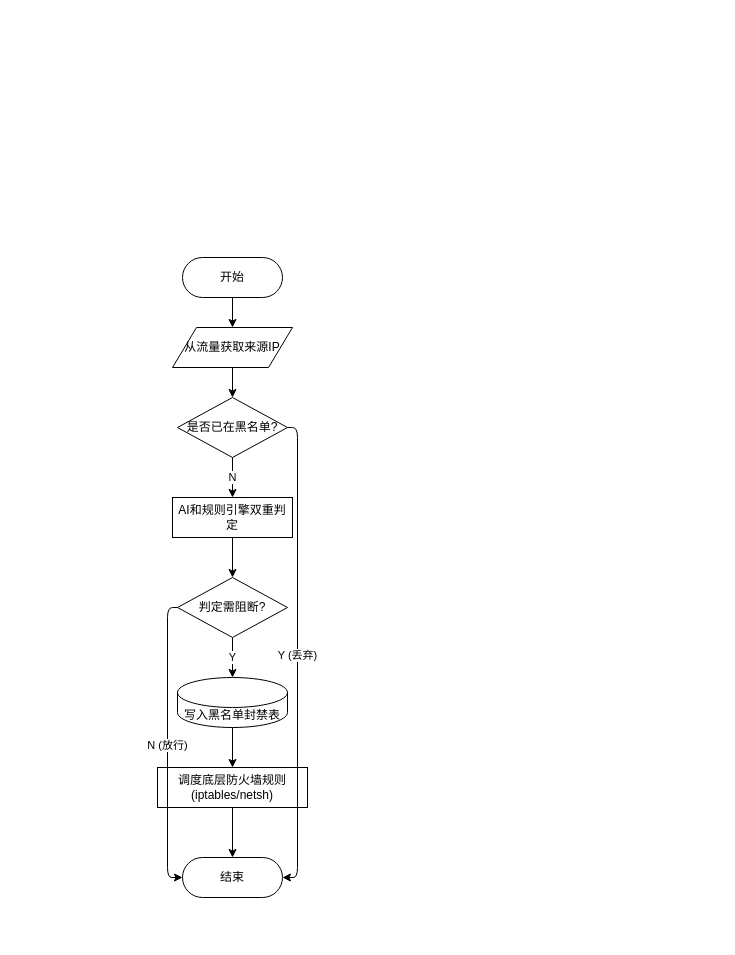
The draw.io diagram 论文/图/标准流程图/IP封禁模块流程图.drawio in 1290288259/miguan, before the edit. Source tidied: cells renumbered, new cells numbered last; positions are measured from the earlier drawing's top-left corner, leaving out a move shared by most shapes. Both pictures are drawn from the tidied source at 100%, with x=0, y=0 at pixel (157, 257).
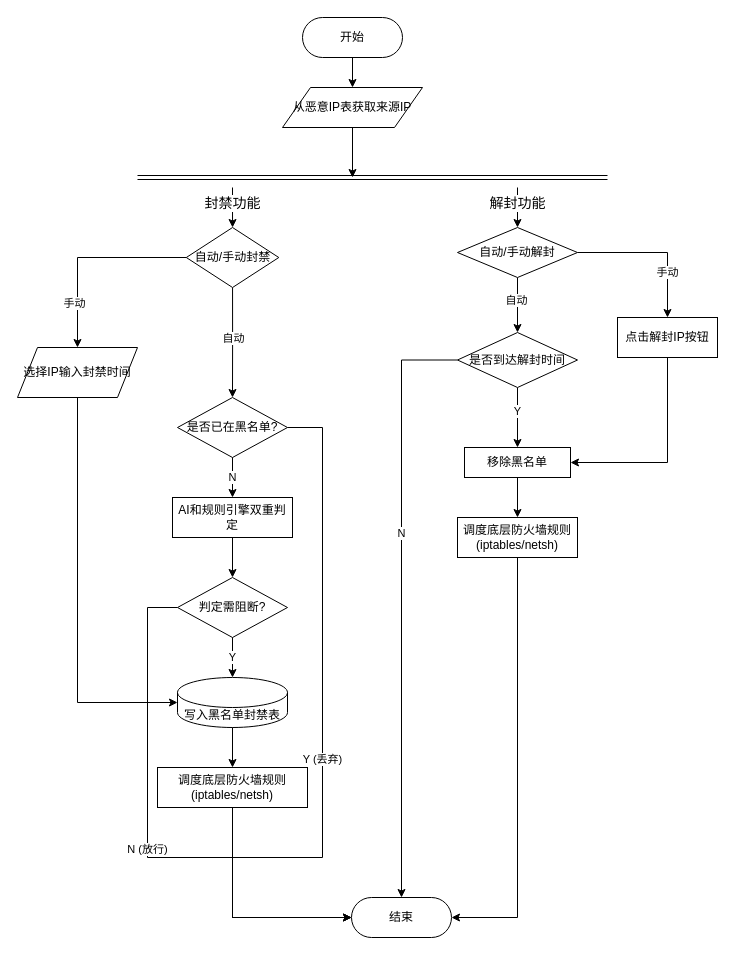
Above is the later version.

The change refers to these unchanged cells:
```xml
<mxCell id="4" value="是否已在黑名单?" style="rhombus;whiteSpace=wrap;html=1;" parent="1" vertex="1">
  <mxGeometry x="20" y="140" width="110" height="60" as="geometry" />
</mxCell>
<mxCell id="6" value="判定需阻断?" style="rhombus;whiteSpace=wrap;html=1;" parent="1" vertex="1">
  <mxGeometry x="20" y="320" width="110" height="60" as="geometry" />
</mxCell>
<mxCell id="7" value="写入黑名单封禁表" style="shape=cylinder3;whiteSpace=wrap;html=1;boundedLbl=1;backgroundOutline=1;" parent="1" vertex="1">
  <mxGeometry x="20" y="420" width="110" height="50" as="geometry" />
</mxCell>
<mxCell id="8" value="调度底层防火墙规则(iptables/netsh)" style="rounded=0;whiteSpace=wrap;html=1;" parent="1" vertex="1">
  <mxGeometry y="510" width="150" height="40" as="geometry" />
</mxCell>
```

The edit, as a diff of the source:
```diff
@@
     <mxCell id="2" value="开始" style="rounded=1;whiteSpace=wrap;html=1;arcSize=50;" parent="1" vertex="1">
-      <mxGeometry x="25" width="100" height="40" as="geometry" />
+      <mxGeometry x="145" y="-240" width="100" height="40" as="geometry" />
     </mxCell>
-    <mxCell id="3" value="从流量获取来源IP" style="shape=parallelogram;whiteSpace=wrap;html=1;" parent="1" vertex="1">
-      <mxGeometry x="15" y="70" width="120" height="40" as="geometry" />
+    <mxCell id="3" value="从恶意IP表获取来源IP" style="shape=parallelogram;whiteSpace=wrap;html=1;" parent="1" vertex="1">
+      <mxGeometry x="125" y="-170" width="140" height="40" as="geometry" />
     </mxCell>
@@
     <mxCell id="9" value="结束" style="rounded=1;whiteSpace=wrap;html=1;arcSize=50;" parent="1" vertex="1">
-      <mxGeometry x="25" y="600" width="100" height="40" as="geometry" />
+      <mxGeometry x="194" y="640" width="100" height="40" as="geometry" />
     </mxCell>
@@
-    <mxCell id="11" style="endArrow=classic;html=1;exitX=0.5;exitY=1;entryX=0.5;entryY=0;" parent="1" edge="1" source="3" target="4">
-      <mxGeometry relative="1" as="geometry" />
+    <mxCell id="11" style="endArrow=classic;html=1;exitX=0.5;exitY=1;" parent="1" edge="1" source="3">
+      <mxGeometry relative="1" as="geometry">
+        <mxPoint x="195" y="-80" as="targetPoint" />
+      </mxGeometry>
     </mxCell>
-    <mxCell id="12" value="Y (丢弃)" style="endArrow=classic;html=1;exitX=1;exitY=0.5;entryX=1;entryY=0.5;edgeStyle=orthogonalEdgeStyle;" parent="1" edge="1" source="4" target="9">
-      <mxGeometry relative="1" as="geometry" />
+    <mxCell id="12" value="Y (丢弃)" style="endArrow=classic;html=1;exitX=1;exitY=0.5;edgeStyle=orthogonalEdgeStyle;entryX=0;entryY=0.5;entryDx=0;entryDy=0;exitDx=0;exitDy=0;rounded=0;curved=0;" parent="1" edge="1" source="4" target="9">
+      <mxGeometry relative="1" as="geometry">
+        <Array as="points">
+          <mxPoint x="165" y="170" />
+          <mxPoint x="165" y="600" />
+          <mxPoint x="75" y="600" />
+          <mxPoint x="75" y="660" />
+        </Array>
+      </mxGeometry>
     </mxCell>
@@
-    <mxCell id="15" value="N (放行)" style="endArrow=classic;html=1;exitX=0;exitY=0.5;entryX=0;entryY=0.5;edgeStyle=orthogonalEdgeStyle;" parent="1" edge="1" source="6" target="9">
-      <mxGeometry relative="1" as="geometry" />
+    <mxCell id="15" value="N (放行)" style="endArrow=classic;html=1;exitX=0;exitY=0.5;edgeStyle=orthogonalEdgeStyle;entryX=0;entryY=0.5;entryDx=0;entryDy=0;rounded=0;curved=0;" parent="1" edge="1" source="6" target="9">
+      <mxGeometry relative="1" as="geometry">
+        <Array as="points">
+          <mxPoint x="-10" y="350" />
+          <mxPoint x="-10" y="600" />
+          <mxPoint x="75" y="600" />
+          <mxPoint x="75" y="660" />
+          <mxPoint x="190" y="660" />
+        </Array>
+      </mxGeometry>
     </mxCell>
@@
-    <mxCell id="18" style="endArrow=classic;html=1;exitX=0.5;exitY=1;entryX=0.5;entryY=0;" parent="1" edge="1" source="8" target="9">
-      <mxGeometry relative="1" as="geometry" />
+    <mxCell id="18" style="endArrow=classic;html=1;exitX=0.5;exitY=1;entryX=0;entryY=0.5;entryDx=0;entryDy=0;rounded=0;curved=0;" parent="1" edge="1" source="8" target="9">
+      <mxGeometry relative="1" as="geometry">
+        <Array as="points">
+          <mxPoint x="75" y="610" />
+          <mxPoint x="75" y="660" />
+        </Array>
+      </mxGeometry>
     </mxCell>
+    <mxCell id="19" style="edgeStyle=orthogonalEdgeStyle;rounded=0;jettySize=auto;html=1;exitX=0.5;exitY=1;exitDx=0;exitDy=0;entryX=0.5;entryY=0;entryDx=0;entryDy=0;" parent="1" edge="1" source="23" target="4">
+      <mxGeometry relative="1" as="geometry" />
+    </mxCell>
+    <mxCell id="20" value="自动" style="edgeLabel;html=1;align=center;verticalAlign=middle;" parent="19" vertex="1">
+      <mxGeometry x="-0.07" relative="1" as="geometry" />
+    </mxCell>
+    <mxCell id="21" style="edgeStyle=orthogonalEdgeStyle;rounded=0;jettySize=auto;html=1;exitX=0;exitY=0.5;exitDx=0;exitDy=0;entryX=0.5;entryY=0;entryDx=0;entryDy=0;curved=0;" parent="1" edge="1" source="23" target="24">
+      <mxGeometry relative="1" as="geometry" />
+    </mxCell>
+    <mxCell id="22" value="手动" style="edgeLabel;html=1;align=center;verticalAlign=middle;" parent="21" vertex="1">
+      <mxGeometry x="0.55" y="-4" relative="1" as="geometry" />
+    </mxCell>
+    <mxCell id="23" value="自动/手动封禁" style="rhombus;whiteSpace=wrap;html=1;" parent="1" vertex="1">
+      <mxGeometry x="28.8" y="-30" width="92.5" height="60" as="geometry" />
+    </mxCell>
+    <mxCell id="24" value="选择IP输入封禁时间" style="shape=parallelogram;perimeter=parallelogramPerimeter;whiteSpace=wrap;html=1;fixedSize=1;" parent="1" vertex="1">
+      <mxGeometry x="-140" y="90" width="120" height="50" as="geometry" />
+    </mxCell>
+    <mxCell id="25" style="edgeStyle=orthogonalEdgeStyle;rounded=0;jettySize=auto;html=1;entryX=0;entryY=0.5;entryDx=0;entryDy=0;entryPerimeter=0;curved=0;" parent="1" edge="1" source="24" target="7">
+      <mxGeometry relative="1" as="geometry">
+        <Array as="points">
+          <mxPoint x="-80" y="445" />
+        </Array>
+      </mxGeometry>
+    </mxCell>
+    <mxCell id="26" style="shape=link;html=1;rounded=0;" parent="1" edge="1">
+      <mxGeometry relative="1" as="geometry">
+        <mxPoint x="-20" y="-80" as="sourcePoint" />
+        <mxPoint x="450" y="-80" as="targetPoint" />
+      </mxGeometry>
+    </mxCell>
+    <mxCell id="27" style="endArrow=classic;html=1;rounded=0;entryX=0.5;entryY=0;entryDx=0;entryDy=0;" parent="1" edge="1" target="23">
+      <mxGeometry relative="1" as="geometry">
+        <mxPoint x="75" y="-70" as="sourcePoint" />
+      </mxGeometry>
+    </mxCell>
+    <mxCell id="28" value="封禁功能" style="edgeLabel;html=1;align=center;verticalAlign=middle;fontSize=14;" parent="27" vertex="1">
+      <mxGeometry x="-0.25" y="-1" relative="1" as="geometry" />
+    </mxCell>
+    <mxCell id="29" style="endArrow=classic;html=1;rounded=0;entryX=0.5;entryY=0;entryDx=0;entryDy=0;" parent="1" edge="1" target="35">
+      <mxGeometry relative="1" as="geometry">
+        <mxPoint x="360" y="-70" as="sourcePoint" />
+      </mxGeometry>
+    </mxCell>
+    <mxCell id="30" value="解封功能" style="edgeLabel;html=1;align=center;verticalAlign=middle;fontSize=14;" parent="29" vertex="1">
+      <mxGeometry x="-0.25" y="-1" relative="1" as="geometry" />
+    </mxCell>
+    <mxCell id="31" style="edgeStyle=orthogonalEdgeStyle;rounded=0;jettySize=auto;html=1;entryX=0.5;entryY=0;entryDx=0;entryDy=0;" parent="1" edge="1" source="35" target="40">
+      <mxGeometry relative="1" as="geometry" />
+    </mxCell>
+    <mxCell id="32" value="自动" style="edgeLabel;html=1;align=center;verticalAlign=middle;" parent="31" vertex="1">
+      <mxGeometry x="-0.2" y="-2" relative="1" as="geometry" />
+    </mxCell>
+    <mxCell id="33" style="edgeStyle=orthogonalEdgeStyle;rounded=0;jettySize=auto;html=1;exitX=1;exitY=0.5;exitDx=0;exitDy=0;curved=0;" parent="1" edge="1" source="35" target="46">
+      <mxGeometry relative="1" as="geometry" />
+    </mxCell>
+    <mxCell id="34" value="手动" style="edgeLabel;html=1;align=center;verticalAlign=middle;" parent="33" vertex="1">
+      <mxGeometry x="0.41" y="-1" relative="1" as="geometry" />
+    </mxCell>
+    <mxCell id="35" value="自动/手动解封" style="rhombus;whiteSpace=wrap;html=1;" parent="1" vertex="1">
+      <mxGeometry x="300" y="-30" width="120" height="50" as="geometry" />
+    </mxCell>
+    <mxCell id="36" style="edgeStyle=orthogonalEdgeStyle;rounded=0;jettySize=auto;html=1;entryX=0.5;entryY=0;entryDx=0;entryDy=0;" parent="1" edge="1" source="40" target="42">
+      <mxGeometry relative="1" as="geometry" />
+    </mxCell>
+    <mxCell id="37" value="Y" style="edgeLabel;html=1;align=center;verticalAlign=middle;" parent="36" vertex="1">
+      <mxGeometry x="-0.24" y="-1" relative="1" as="geometry" />
+    </mxCell>
+    <mxCell id="38" style="edgeStyle=orthogonalEdgeStyle;rounded=0;jettySize=auto;html=1;exitX=0;exitY=0.5;exitDx=0;exitDy=0;entryX=0.5;entryY=0;entryDx=0;entryDy=0;" parent="1" edge="1" source="40" target="9">
+      <mxGeometry relative="1" as="geometry" />
+    </mxCell>
+    <mxCell id="39" value="N" style="edgeLabel;html=1;align=center;verticalAlign=middle;" parent="38" vertex="1">
+      <mxGeometry x="-0.23" y="-1" relative="1" as="geometry">
+        <mxPoint y="1" as="offset" />
+      </mxGeometry>
+    </mxCell>
+    <mxCell id="40" value="是否到达解封时间" style="rhombus;whiteSpace=wrap;html=1;" parent="1" vertex="1">
+      <mxGeometry x="300" y="75" width="120" height="55" as="geometry" />
+    </mxCell>
+    <mxCell id="41" style="edgeStyle=orthogonalEdgeStyle;rounded=0;jettySize=auto;html=1;entryX=0.5;entryY=0;entryDx=0;entryDy=0;" parent="1" edge="1" source="42" target="44">
+      <mxGeometry relative="1" as="geometry">
+        <Array as="points">
+          <mxPoint x="360" y="260" />
+          <mxPoint x="360" y="260" />
+        </Array>
+      </mxGeometry>
+    </mxCell>
+    <mxCell id="42" value="移除黑名单" style="rounded=0;whiteSpace=wrap;html=1;" parent="1" vertex="1">
+      <mxGeometry x="307" y="190" width="106" height="30" as="geometry" />
+    </mxCell>
+    <mxCell id="43" style="edgeStyle=orthogonalEdgeStyle;rounded=0;jettySize=auto;html=1;exitX=0.5;exitY=1;exitDx=0;exitDy=0;entryX=1;entryY=0.5;entryDx=0;entryDy=0;" parent="1" edge="1" source="44" target="9">
+      <mxGeometry relative="1" as="geometry" />
+    </mxCell>
+    <mxCell id="44" value="调度底层防火墙规则(iptables/netsh)" style="rounded=0;whiteSpace=wrap;html=1;" parent="1" vertex="1">
+      <mxGeometry x="300" y="260" width="120" height="40" as="geometry" />
+    </mxCell>
+    <mxCell id="45" style="edgeStyle=orthogonalEdgeStyle;rounded=0;jettySize=auto;html=1;entryX=1;entryY=0.5;entryDx=0;entryDy=0;" parent="1" edge="1" source="46" target="42">
+      <mxGeometry relative="1" as="geometry">
+        <Array as="points">
+          <mxPoint x="510" y="205" />
+        </Array>
+      </mxGeometry>
+    </mxCell>
+    <mxCell id="46" value="点击解封IP按钮" style="rounded=0;whiteSpace=wrap;html=1;" parent="1" vertex="1">
+      <mxGeometry x="460" y="60" width="100" height="40" as="geometry" />
+    </mxCell>
```
